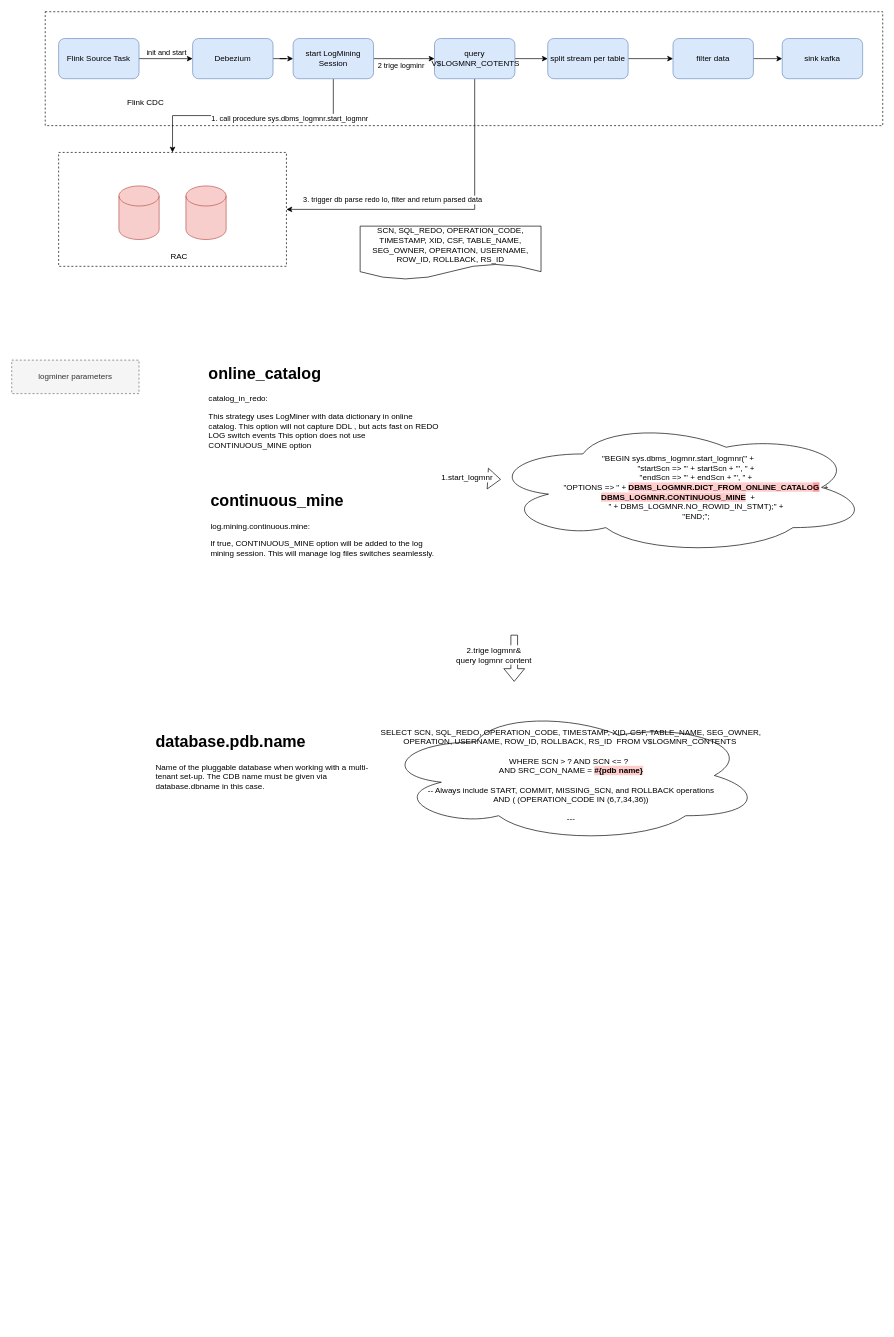
Above: logminer.drawio in qiufang1314/drawio (draw.io), before the change. Source tidied: cells renumbered, new cells numbered last; positions are measured from the earlier drawing's top-left corner, leaving out a move shared by most shapes. Both pictures are drawn from the tidied source at 67%, with x=0, y=0 at pixel (11, 11).
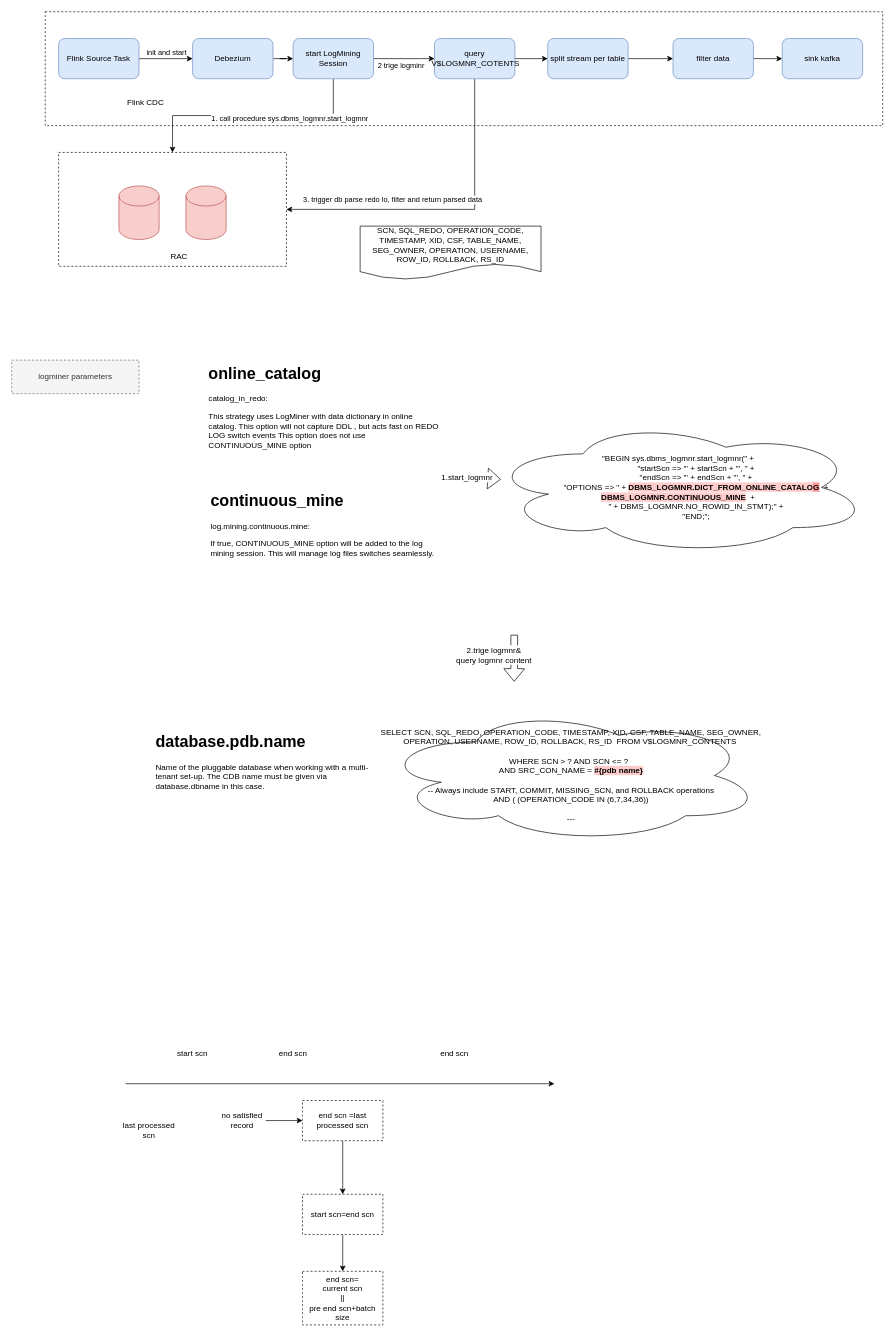
The same diagram, later.

Change to the diagram source:
```diff
@@
+    <mxCell id="39" style="endArrow=classic;html=1;rounded=0;fontColor=default;" parent="1" edge="1">
+      <mxGeometry relative="1" as="geometry">
+        <mxPoint x="170" y="1600" as="sourcePoint" />
+        <mxPoint x="810" y="1600" as="targetPoint" />
+      </mxGeometry>
+    </mxCell>
+    <mxCell id="40" value="start scn" style="text;html=1;align=center;verticalAlign=middle;whiteSpace=wrap;rounded=0;dashed=1;labelBackgroundColor=#FFFFFF;" parent="1" vertex="1">
+      <mxGeometry x="240" y="1540" width="60" height="30" as="geometry" />
+    </mxCell>
+    <mxCell id="41" value="end scn" style="text;html=1;align=center;verticalAlign=middle;whiteSpace=wrap;rounded=0;dashed=1;labelBackgroundColor=#FFFFFF;" parent="1" vertex="1">
+      <mxGeometry x="390" y="1540" width="60" height="30" as="geometry" />
+    </mxCell>
+    <mxCell id="42" value="last processed scn" style="text;html=1;strokeColor=none;fillColor=none;align=center;verticalAlign=middle;whiteSpace=wrap;rounded=0;dashed=1;labelBackgroundColor=#FFFFFF;fontColor=default;" parent="1" vertex="1">
+      <mxGeometry x="160" y="1655" width="90" height="30" as="geometry" />
+    </mxCell>
+    <mxCell id="43" style="edgeStyle=orthogonalEdgeStyle;rounded=0;jettySize=auto;html=1;fontColor=default;" parent="1" edge="1" source="44" target="46">
+      <mxGeometry relative="1" as="geometry" />
+    </mxCell>
+    <mxCell id="44" value="no satisfied record" style="text;html=1;strokeColor=none;fillColor=none;align=center;verticalAlign=middle;whiteSpace=wrap;rounded=0;dashed=1;labelBackgroundColor=#FFFFFF;fontColor=default;" parent="1" vertex="1">
+      <mxGeometry x="309" y="1640" width="70" height="30" as="geometry" />
+    </mxCell>
+    <mxCell id="45" style="edgeStyle=orthogonalEdgeStyle;rounded=0;jettySize=auto;html=1;fontColor=default;" parent="1" edge="1" source="46" target="48">
+      <mxGeometry relative="1" as="geometry" />
+    </mxCell>
+    <mxCell id="46" value="end scn =last processed scn" style="whiteSpace=wrap;html=1;dashed=1;labelBackgroundColor=#FFFFFF;fontColor=default;" parent="1" vertex="1">
+      <mxGeometry x="434" y="1625" width="120" height="60" as="geometry" />
+    </mxCell>
+    <mxCell id="47" style="edgeStyle=orthogonalEdgeStyle;rounded=0;jettySize=auto;html=1;entryX=0.5;entryY=0;entryDx=0;entryDy=0;fontColor=default;" parent="1" edge="1" source="48" target="50">
+      <mxGeometry relative="1" as="geometry" />
+    </mxCell>
+    <mxCell id="48" value="start scn=end scn" style="whiteSpace=wrap;html=1;dashed=1;labelBackgroundColor=#FFFFFF;" parent="1" vertex="1">
+      <mxGeometry x="434" y="1765" width="120" height="60" as="geometry" />
+    </mxCell>
+    <mxCell id="49" value="end scn" style="text;html=1;align=center;verticalAlign=middle;whiteSpace=wrap;rounded=0;dashed=1;labelBackgroundColor=#FFFFFF;" parent="1" vertex="1">
+      <mxGeometry x="631" y="1540" width="60" height="30" as="geometry" />
+    </mxCell>
+    <mxCell id="50" value="end scn=&lt;br&gt;current scn &lt;br&gt;||&lt;br&gt;pre end scn+batch size" style="whiteSpace=wrap;html=1;dashed=1;labelBackgroundColor=#FFFFFF;" parent="1" vertex="1">
+      <mxGeometry x="434" y="1880" width="120" height="80" as="geometry" />
+    </mxCell>
```
